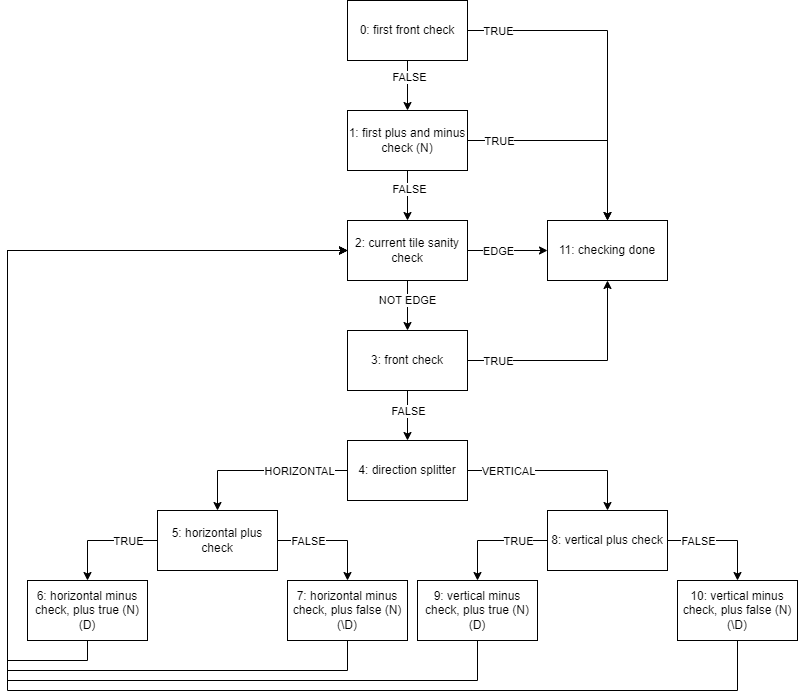
Above: extra/many.png in farkasma/black-box-re (draw.io), before the change. Source tidied: cells renumbered, new cells last; positions are measured from the earlier drawing's top-left corner, leaving out a move shared by most shapes. Source of this version:
```xml
<mxGraphModel>
  <root>
    <mxCell id="0" />
    <mxCell id="1" parent="0" />
    <mxCell id="2" style="edgeStyle=orthogonalEdgeStyle;rounded=0;jettySize=auto;html=1;" parent="1" edge="1" source="6" target="11">
      <mxGeometry relative="1" as="geometry" />
    </mxCell>
    <mxCell id="3" value="FALSE" style="edgeLabel;html=1;align=center;verticalAlign=middle;" parent="2" vertex="1">
      <mxGeometry x="-0.35" y="1" relative="1" as="geometry" />
    </mxCell>
    <mxCell id="4" style="edgeStyle=orthogonalEdgeStyle;rounded=0;jettySize=auto;html=1;exitX=1;exitY=0.5;exitDx=0;exitDy=0;" parent="1" edge="1" source="6" target="17">
      <mxGeometry relative="1" as="geometry" />
    </mxCell>
    <mxCell id="5" value="TRUE" style="edgeLabel;html=1;align=center;verticalAlign=middle;" parent="4" vertex="1">
      <mxGeometry x="-0.82" y="-2" relative="1" as="geometry">
        <mxPoint y="-2" as="offset" />
      </mxGeometry>
    </mxCell>
    <mxCell id="6" value="0: first front check" style="rounded=0;whiteSpace=wrap;html=1;" parent="1" vertex="1">
      <mxGeometry x="340" width="120" height="60" as="geometry" />
    </mxCell>
    <mxCell id="7" style="edgeStyle=orthogonalEdgeStyle;rounded=0;jettySize=auto;html=1;" parent="1" edge="1" source="11" target="16">
      <mxGeometry relative="1" as="geometry" />
    </mxCell>
    <mxCell id="8" value="FALSE" style="edgeLabel;html=1;align=center;verticalAlign=middle;" parent="7" vertex="1">
      <mxGeometry x="-0.3" y="1" relative="1" as="geometry" />
    </mxCell>
    <mxCell id="9" style="edgeStyle=orthogonalEdgeStyle;rounded=0;jettySize=auto;html=1;exitX=1;exitY=0.5;exitDx=0;exitDy=0;" parent="1" edge="1" source="11" target="17">
      <mxGeometry relative="1" as="geometry" />
    </mxCell>
    <mxCell id="10" value="TRUE" style="edgeLabel;html=1;align=center;verticalAlign=middle;" parent="9" vertex="1">
      <mxGeometry x="-0.79" y="-1" relative="1" as="geometry">
        <mxPoint x="7" y="-1" as="offset" />
      </mxGeometry>
    </mxCell>
    <mxCell id="11" value="1: first plus and minus check (N)" style="rounded=0;whiteSpace=wrap;html=1;" parent="1" vertex="1">
      <mxGeometry x="340" y="110" width="120" height="60" as="geometry" />
    </mxCell>
    <mxCell id="12" style="edgeStyle=orthogonalEdgeStyle;rounded=0;jettySize=auto;html=1;" parent="1" edge="1" source="16" target="17">
      <mxGeometry relative="1" as="geometry" />
    </mxCell>
    <mxCell id="13" value="EDGE" style="edgeLabel;html=1;align=center;verticalAlign=middle;" parent="12" vertex="1">
      <mxGeometry x="-0.24" y="-2" relative="1" as="geometry">
        <mxPoint y="-2" as="offset" />
      </mxGeometry>
    </mxCell>
    <mxCell id="14" style="edgeStyle=orthogonalEdgeStyle;rounded=0;jettySize=auto;html=1;" parent="1" edge="1" source="16" target="22">
      <mxGeometry relative="1" as="geometry" />
    </mxCell>
    <mxCell id="15" value="NOT EDGE" style="edgeLabel;html=1;align=center;verticalAlign=middle;" parent="14" vertex="1">
      <mxGeometry x="-0.26" y="-1" relative="1" as="geometry" />
    </mxCell>
    <mxCell id="16" value="2: current tile sanity check" style="whiteSpace=wrap;html=1;rounded=0;" parent="1" vertex="1">
      <mxGeometry x="340" y="220" width="120" height="60" as="geometry" />
    </mxCell>
    <mxCell id="17" value="11: checking done" style="whiteSpace=wrap;html=1;rounded=0;" parent="1" vertex="1">
      <mxGeometry x="540" y="220" width="120" height="60" as="geometry" />
    </mxCell>
    <mxCell id="18" style="edgeStyle=orthogonalEdgeStyle;rounded=0;jettySize=auto;html=1;" parent="1" edge="1" source="22" target="27">
      <mxGeometry relative="1" as="geometry" />
    </mxCell>
    <mxCell id="19" value="FALSE" style="edgeLabel;html=1;align=center;verticalAlign=middle;" parent="18" vertex="1">
      <mxGeometry x="-0.2" relative="1" as="geometry" />
    </mxCell>
    <mxCell id="20" style="edgeStyle=orthogonalEdgeStyle;rounded=0;jettySize=auto;html=1;exitX=1;exitY=0.5;exitDx=0;exitDy=0;" parent="1" edge="1" source="22" target="17">
      <mxGeometry relative="1" as="geometry" />
    </mxCell>
    <mxCell id="21" value="TRUE" style="edgeLabel;html=1;align=center;verticalAlign=middle;" parent="20" vertex="1">
      <mxGeometry y="1" relative="1" as="geometry">
        <mxPoint x="-80" y="1" as="offset" />
      </mxGeometry>
    </mxCell>
    <mxCell id="22" value="3: front check" style="whiteSpace=wrap;html=1;rounded=0;" parent="1" vertex="1">
      <mxGeometry x="340" y="330" width="120" height="60" as="geometry" />
    </mxCell>
    <mxCell id="23" style="edgeStyle=orthogonalEdgeStyle;rounded=0;jettySize=auto;html=1;" parent="1" edge="1" source="27" target="32">
      <mxGeometry relative="1" as="geometry" />
    </mxCell>
    <mxCell id="24" value="HORIZONTAL" style="edgeLabel;html=1;align=center;verticalAlign=middle;" parent="23" vertex="1">
      <mxGeometry x="-0.11" relative="1" as="geometry">
        <mxPoint x="26" as="offset" />
      </mxGeometry>
    </mxCell>
    <mxCell id="25" style="edgeStyle=orthogonalEdgeStyle;rounded=0;jettySize=auto;html=1;" parent="1" edge="1" source="27" target="37">
      <mxGeometry relative="1" as="geometry" />
    </mxCell>
    <mxCell id="26" value="VERTICAL" style="edgeLabel;html=1;align=center;verticalAlign=middle;" parent="25" vertex="1">
      <mxGeometry x="0.01" relative="1" as="geometry">
        <mxPoint x="-51" as="offset" />
      </mxGeometry>
    </mxCell>
    <mxCell id="27" value="4: direction splitter" style="whiteSpace=wrap;html=1;rounded=0;" parent="1" vertex="1">
      <mxGeometry x="340" y="440" width="120" height="60" as="geometry" />
    </mxCell>
    <mxCell id="28" style="edgeStyle=orthogonalEdgeStyle;rounded=0;jettySize=auto;html=1;" parent="1" edge="1" source="32" target="39">
      <mxGeometry relative="1" as="geometry" />
    </mxCell>
    <mxCell id="29" value="TRUE" style="edgeLabel;html=1;align=center;verticalAlign=middle;" parent="28" vertex="1">
      <mxGeometry x="-0.11" relative="1" as="geometry">
        <mxPoint x="19" as="offset" />
      </mxGeometry>
    </mxCell>
    <mxCell id="30" style="edgeStyle=orthogonalEdgeStyle;rounded=0;jettySize=auto;html=1;" parent="1" edge="1" source="32" target="41">
      <mxGeometry relative="1" as="geometry" />
    </mxCell>
    <mxCell id="31" value="FALSE" style="edgeLabel;html=1;align=center;verticalAlign=middle;" parent="30" vertex="1">
      <mxGeometry x="-0.01" relative="1" as="geometry">
        <mxPoint x="-24" as="offset" />
      </mxGeometry>
    </mxCell>
    <mxCell id="32" value="5: horizontal plus check" style="whiteSpace=wrap;html=1;rounded=0;" parent="1" vertex="1">
      <mxGeometry x="150" y="510" width="120" height="60" as="geometry" />
    </mxCell>
    <mxCell id="33" style="edgeStyle=orthogonalEdgeStyle;rounded=0;jettySize=auto;html=1;" parent="1" edge="1" source="37" target="43">
      <mxGeometry relative="1" as="geometry" />
    </mxCell>
    <mxCell id="34" value="TRUE" style="edgeLabel;html=1;align=center;verticalAlign=middle;" parent="33" vertex="1">
      <mxGeometry x="-0.13" relative="1" as="geometry">
        <mxPoint x="18" as="offset" />
      </mxGeometry>
    </mxCell>
    <mxCell id="35" style="edgeStyle=orthogonalEdgeStyle;rounded=0;jettySize=auto;html=1;" parent="1" edge="1" source="37" target="45">
      <mxGeometry relative="1" as="geometry" />
    </mxCell>
    <mxCell id="36" value="FALSE" style="edgeLabel;html=1;align=center;verticalAlign=middle;" parent="35" vertex="1">
      <mxGeometry x="0.1" y="2" relative="1" as="geometry">
        <mxPoint x="-30" y="2" as="offset" />
      </mxGeometry>
    </mxCell>
    <mxCell id="37" value="8: vertical plus check" style="whiteSpace=wrap;html=1;rounded=0;" parent="1" vertex="1">
      <mxGeometry x="540" y="510" width="120" height="60" as="geometry" />
    </mxCell>
    <mxCell id="38" style="edgeStyle=orthogonalEdgeStyle;rounded=0;jettySize=auto;html=1;exitX=0.5;exitY=1;exitDx=0;exitDy=0;entryX=0;entryY=0.5;entryDx=0;entryDy=0;" parent="1" edge="1" source="39" target="16">
      <mxGeometry relative="1" as="geometry">
        <Array as="points">
          <mxPoint x="80" y="660" />
          <mxPoint y="660" />
          <mxPoint y="250" />
        </Array>
      </mxGeometry>
    </mxCell>
    <mxCell id="39" value="6: horizontal minus check, plus true (N) (D)" style="whiteSpace=wrap;html=1;rounded=0;" parent="1" vertex="1">
      <mxGeometry x="20" y="580" width="120" height="60" as="geometry" />
    </mxCell>
    <mxCell id="40" style="edgeStyle=orthogonalEdgeStyle;rounded=0;jettySize=auto;html=1;exitX=0.5;exitY=1;exitDx=0;exitDy=0;entryX=0;entryY=0.5;entryDx=0;entryDy=0;" parent="1" edge="1" source="41" target="16">
      <mxGeometry relative="1" as="geometry">
        <Array as="points">
          <mxPoint x="340" y="670" />
          <mxPoint y="670" />
          <mxPoint y="250" />
        </Array>
      </mxGeometry>
    </mxCell>
    <mxCell id="41" value="7: horizontal minus check, plus false (N) (\D)" style="whiteSpace=wrap;html=1;rounded=0;" parent="1" vertex="1">
      <mxGeometry x="280" y="580" width="120" height="60" as="geometry" />
    </mxCell>
    <mxCell id="42" style="edgeStyle=orthogonalEdgeStyle;rounded=0;jettySize=auto;html=1;exitX=0.5;exitY=1;exitDx=0;exitDy=0;entryX=0;entryY=0.5;entryDx=0;entryDy=0;" parent="1" edge="1" source="43" target="16">
      <mxGeometry relative="1" as="geometry">
        <Array as="points">
          <mxPoint x="470" y="680" />
          <mxPoint y="680" />
          <mxPoint y="250" />
        </Array>
      </mxGeometry>
    </mxCell>
    <mxCell id="43" value="9: vertical minus check, plus true (N) (D)" style="whiteSpace=wrap;html=1;rounded=0;" parent="1" vertex="1">
      <mxGeometry x="410" y="580" width="120" height="60" as="geometry" />
    </mxCell>
    <mxCell id="44" style="edgeStyle=orthogonalEdgeStyle;rounded=0;jettySize=auto;html=1;exitX=0.5;exitY=1;exitDx=0;exitDy=0;entryX=0;entryY=0.5;entryDx=0;entryDy=0;" parent="1" edge="1" source="45" target="16">
      <mxGeometry relative="1" as="geometry">
        <Array as="points">
          <mxPoint x="730" y="690" />
          <mxPoint y="690" />
          <mxPoint y="250" />
        </Array>
      </mxGeometry>
    </mxCell>
    <mxCell id="45" value="10: vertical minus check, plus false (N) (\D)" style="whiteSpace=wrap;html=1;rounded=0;" parent="1" vertex="1">
      <mxGeometry x="670" y="580" width="120" height="60" as="geometry" />
    </mxCell>
  </root>
</mxGraphModel>
```
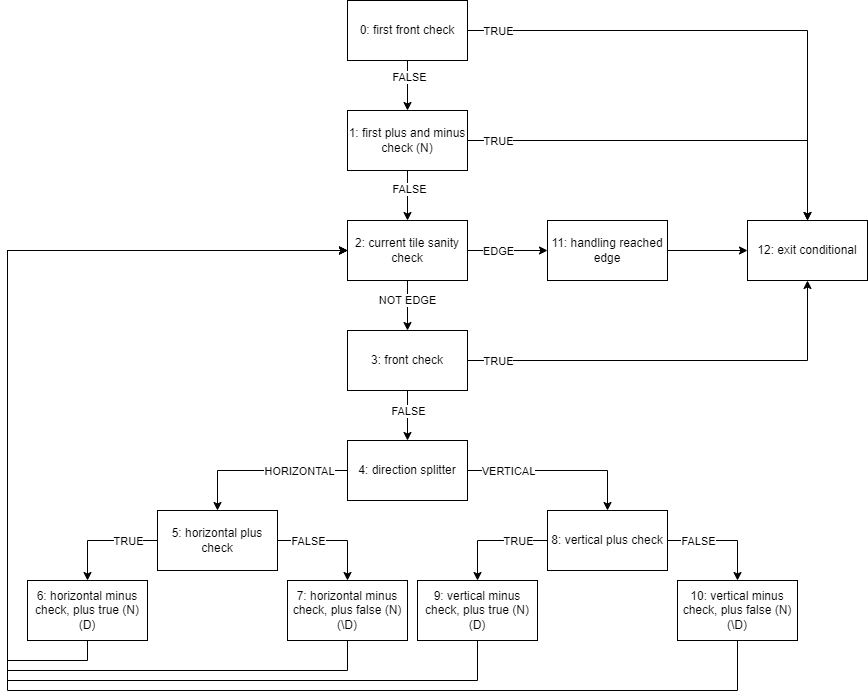
The same file after the commit.

Commit message:
Add extra step for handling reached edge

Add an extra state to the laser path searching diagram for handling normally exiting and long reflected lasers. I'm pretty decided on the one with more states now.

What changed in the source:
```diff
@@ -8,12 +8,12 @@
     <mxCell id="3" value="FALSE" style="edgeLabel;html=1;align=center;verticalAlign=middle;" parent="2" vertex="1">
       <mxGeometry x="-0.35" y="1" relative="1" as="geometry" />
     </mxCell>
-    <mxCell id="4" style="edgeStyle=orthogonalEdgeStyle;rounded=0;jettySize=auto;html=1;exitX=1;exitY=0.5;exitDx=0;exitDy=0;" parent="1" edge="1" source="6" target="17">
+    <mxCell id="4" style="edgeStyle=orthogonalEdgeStyle;rounded=0;jettySize=auto;html=1;exitX=1;exitY=0.5;exitDx=0;exitDy=0;" parent="1" edge="1" source="6" target="47">
       <mxGeometry relative="1" as="geometry" />
     </mxCell>
     <mxCell id="5" value="TRUE" style="edgeLabel;html=1;align=center;verticalAlign=middle;" parent="4" vertex="1">
       <mxGeometry x="-0.82" y="-2" relative="1" as="geometry">
-        <mxPoint y="-2" as="offset" />
+        <mxPoint x="-19" y="-2" as="offset" />
       </mxGeometry>
     </mxCell>
     <mxCell id="6" value="0: first front check" style="rounded=0;whiteSpace=wrap;html=1;" parent="1" vertex="1">
@@ -25,12 +25,12 @@
     <mxCell id="8" value="FALSE" style="edgeLabel;html=1;align=center;verticalAlign=middle;" parent="7" vertex="1">
       <mxGeometry x="-0.3" y="1" relative="1" as="geometry" />
     </mxCell>
-    <mxCell id="9" style="edgeStyle=orthogonalEdgeStyle;rounded=0;jettySize=auto;html=1;exitX=1;exitY=0.5;exitDx=0;exitDy=0;" parent="1" edge="1" source="11" target="17">
+    <mxCell id="9" style="edgeStyle=orthogonalEdgeStyle;rounded=0;jettySize=auto;html=1;exitX=1;exitY=0.5;exitDx=0;exitDy=0;entryX=0.5;entryY=0;entryDx=0;entryDy=0;" parent="1" edge="1" source="11" target="47">
       <mxGeometry relative="1" as="geometry" />
     </mxCell>
     <mxCell id="10" value="TRUE" style="edgeLabel;html=1;align=center;verticalAlign=middle;" parent="9" vertex="1">
       <mxGeometry x="-0.79" y="-1" relative="1" as="geometry">
-        <mxPoint x="7" y="-1" as="offset" />
+        <mxPoint x="-15" y="-1" as="offset" />
       </mxGeometry>
     </mxCell>
     <mxCell id="11" value="1: first plus and minus check (N)" style="rounded=0;whiteSpace=wrap;html=1;" parent="1" vertex="1">
@@ -53,7 +53,10 @@
     <mxCell id="16" value="2: current tile sanity check" style="whiteSpace=wrap;html=1;rounded=0;" parent="1" vertex="1">
       <mxGeometry x="340" y="220" width="120" height="60" as="geometry" />
     </mxCell>
+    <mxCell id="46" style="edgeStyle=orthogonalEdgeStyle;rounded=0;jettySize=auto;html=1;" parent="1" edge="1" source="17" target="47">
+      <mxGeometry relative="1" as="geometry" />
+    </mxCell>
-    <mxCell id="17" value="11: checking done" style="whiteSpace=wrap;html=1;rounded=0;" parent="1" vertex="1">
+    <mxCell id="17" value="11: handling reached edge" style="whiteSpace=wrap;html=1;rounded=0;" parent="1" vertex="1">
       <mxGeometry x="540" y="220" width="120" height="60" as="geometry" />
     </mxCell>
     <mxCell id="18" style="edgeStyle=orthogonalEdgeStyle;rounded=0;jettySize=auto;html=1;" parent="1" edge="1" source="22" target="27">
@@ -62,12 +65,12 @@
     <mxCell id="19" value="FALSE" style="edgeLabel;html=1;align=center;verticalAlign=middle;" parent="18" vertex="1">
       <mxGeometry x="-0.2" relative="1" as="geometry" />
     </mxCell>
-    <mxCell id="20" style="edgeStyle=orthogonalEdgeStyle;rounded=0;jettySize=auto;html=1;exitX=1;exitY=0.5;exitDx=0;exitDy=0;" parent="1" edge="1" source="22" target="17">
+    <mxCell id="20" style="edgeStyle=orthogonalEdgeStyle;rounded=0;jettySize=auto;html=1;exitX=1;exitY=0.5;exitDx=0;exitDy=0;entryX=0.5;entryY=1;entryDx=0;entryDy=0;" parent="1" edge="1" source="22" target="47">
       <mxGeometry relative="1" as="geometry" />
     </mxCell>
     <mxCell id="21" value="TRUE" style="edgeLabel;html=1;align=center;verticalAlign=middle;" parent="20" vertex="1">
       <mxGeometry y="1" relative="1" as="geometry">
-        <mxPoint x="-80" y="1" as="offset" />
+        <mxPoint x="-181" y="1" as="offset" />
       </mxGeometry>
     </mxCell>
     <mxCell id="22" value="3: front check" style="whiteSpace=wrap;html=1;rounded=0;" parent="1" vertex="1">
@@ -178,5 +181,8 @@
     <mxCell id="45" value="10: vertical minus check, plus false (N) (\D)" style="whiteSpace=wrap;html=1;rounded=0;" parent="1" vertex="1">
       <mxGeometry x="670" y="580" width="120" height="60" as="geometry" />
     </mxCell>
+    <mxCell id="47" value="12: exit conditional" style="whiteSpace=wrap;html=1;rounded=0;" parent="1" vertex="1">
+      <mxGeometry x="740" y="220" width="120" height="60" as="geometry" />
+    </mxCell>
   </root>
 </mxGraphModel>
```
